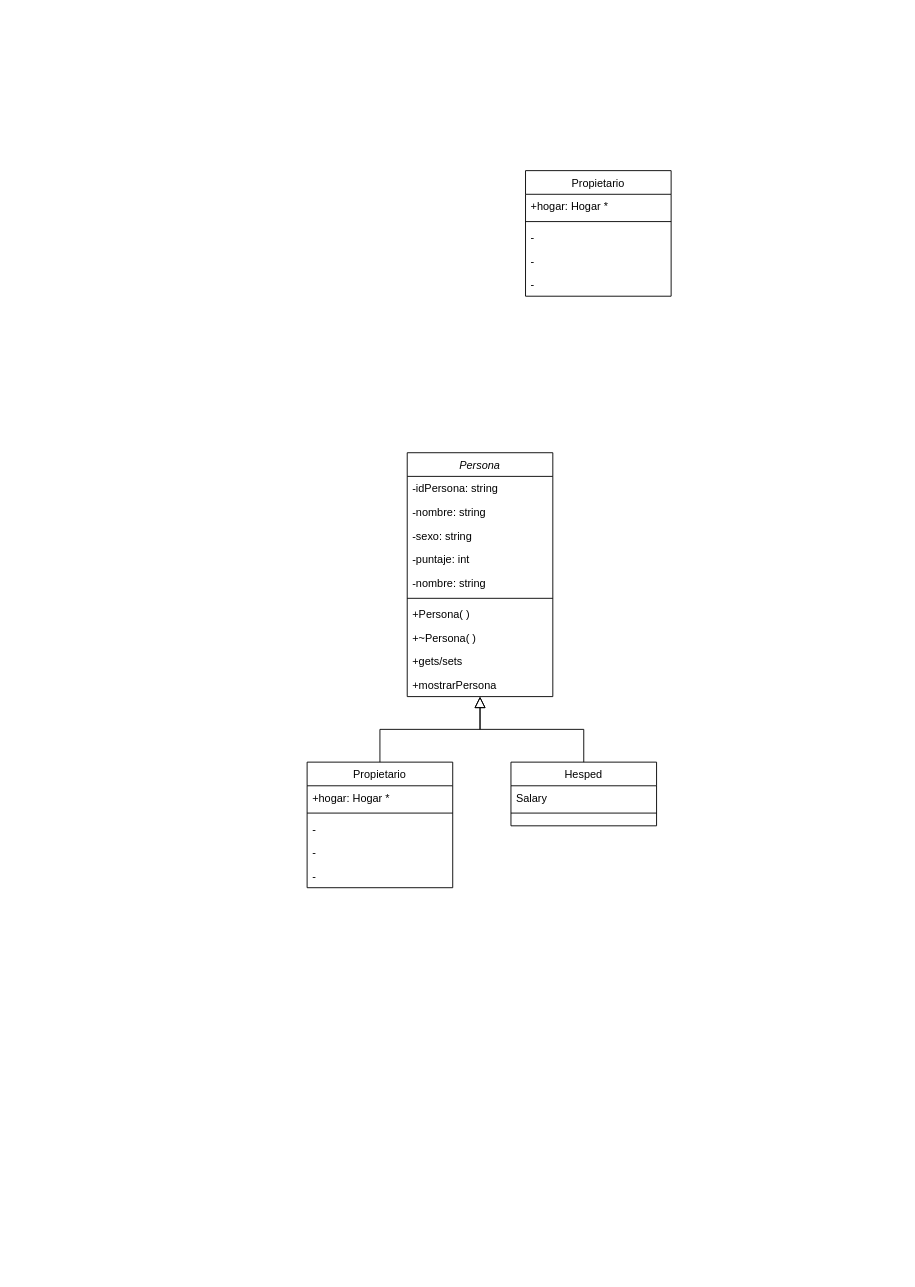
Before: Diagrama sin título.drawio in Sebastian-Dow/Caso-Huespedes, a draw.io diagram. Source tidied: cells renumbered, new cells numbered last; positions are measured from the earlier drawing's top-left corner, leaving out a move shared by most shapes. Both pictures are drawn from the tidied source at 91%, with x=0, y=0 at pixel (307, 170).
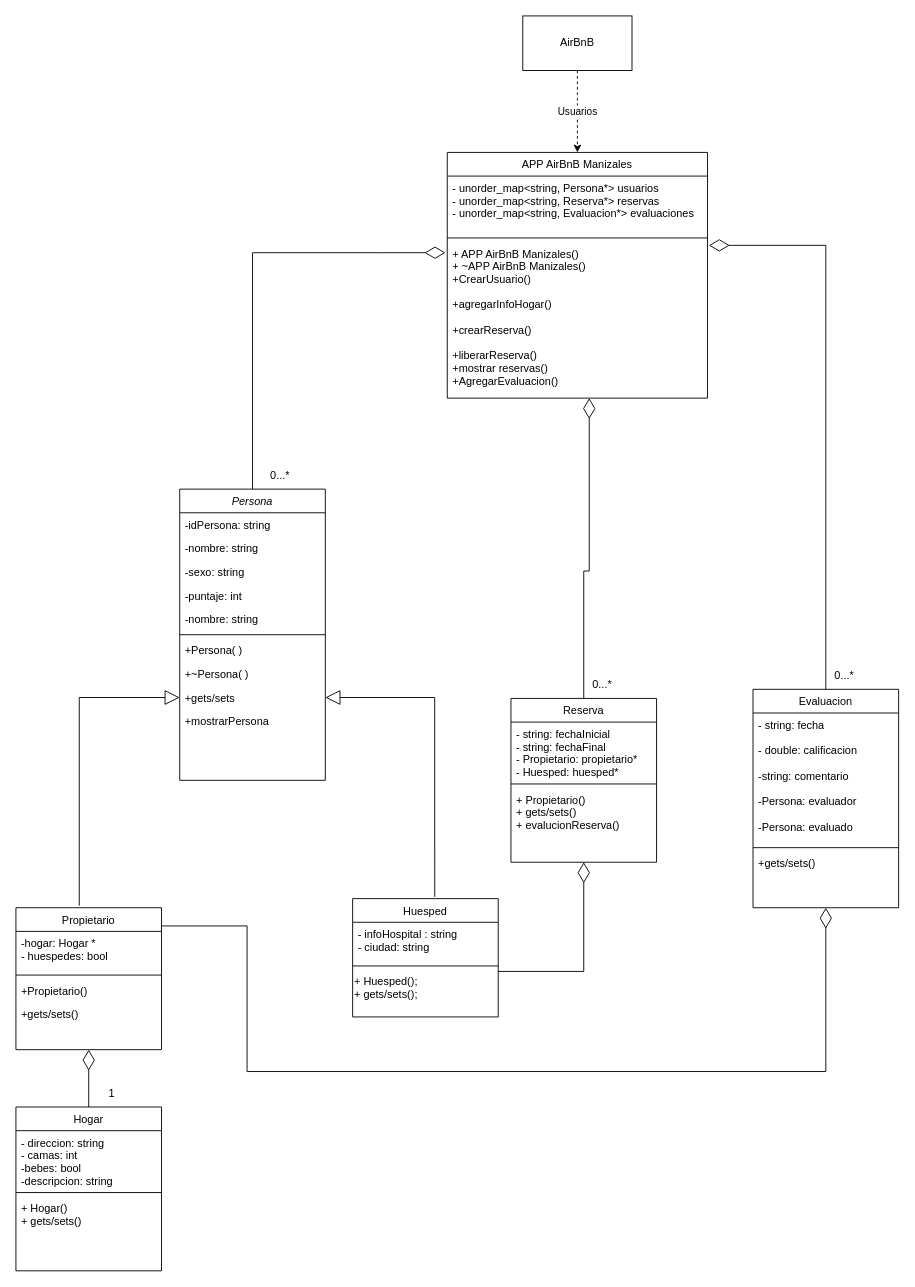
Above is the later version.

Unchanged cells that the change refers to:
```xml
<mxCell id="11" value="+gets/sets" style="text;align=left;verticalAlign=top;spacingLeft=4;spacingRight=4;overflow=hidden;points=[[0,0.5],[1,0.5]];portConstraint=eastwest;" parent="2" vertex="1">
  <mxGeometry y="216" width="160" height="26" as="geometry" />
</mxCell>
```

The edit, as a diff of the source:
```diff
@@
     <mxCell id="2" value="Persona" style="swimlane;fontStyle=2;align=center;verticalAlign=top;horizontal=1;startSize=26;rounded=0;shadow=0;strokeWidth=1;" parent="1" vertex="1">
-      <mxGeometry x="110" y="310" width="160" height="268" as="geometry" />
+      <mxGeometry x="-140" y="350" width="160" height="320" as="geometry" />
     </mxCell>
@@
+    <mxCell id="30" style="edgeStyle=orthogonalEdgeStyle;rounded=0;jettySize=auto;html=1;entryX=0;entryY=0.5;entryDx=0;entryDy=0;endArrow=block;endFill=0;endSize=14;exitX=0.435;exitY=-0.014;exitDx=0;exitDy=0;exitPerimeter=0;" parent="1" edge="1" source="13" target="11">
+      <mxGeometry relative="1" as="geometry" />
+    </mxCell>
     <mxCell id="13" value="Propietario" style="swimlane;fontStyle=0;align=center;verticalAlign=top;horizontal=1;startSize=26;rounded=0;shadow=0;strokeWidth=1;" parent="1" vertex="1">
-      <mxGeometry y="650" width="160" height="138" as="geometry" />
+      <mxGeometry x="-320" y="810" width="160" height="156" as="geometry" />
     </mxCell>
-    <mxCell id="14" value="+hogar: Hogar *" style="text;align=left;verticalAlign=top;spacingLeft=4;spacingRight=4;overflow=hidden;" parent="13" vertex="1">
-      <mxGeometry y="26" width="160" height="26" as="geometry" />
+    <mxCell id="14" value="-hogar: Hogar *&#10;- huespedes: bool" style="text;align=left;verticalAlign=top;spacingLeft=4;spacingRight=4;overflow=hidden;" parent="13" vertex="1">
+      <mxGeometry y="26" width="160" height="44" as="geometry" />
     </mxCell>
     <mxCell id="15" style="line;html=1;strokeWidth=1;align=left;verticalAlign=middle;spacingTop=-1;spacingLeft=3;spacingRight=3;labelPosition=right;" parent="13" vertex="1">
-      <mxGeometry y="52" width="160" height="8" as="geometry" />
+      <mxGeometry y="70" width="160" height="8" as="geometry" />
     </mxCell>
-    <mxCell id="16" value="-" style="text;align=left;verticalAlign=top;spacingLeft=4;spacingRight=4;overflow=hidden;" parent="13" vertex="1">
-      <mxGeometry y="60" width="160" height="26" as="geometry" />
+    <mxCell id="16" value="+Propietario()" style="text;align=left;verticalAlign=top;spacingLeft=4;spacingRight=4;overflow=hidden;" parent="13" vertex="1">
+      <mxGeometry y="78" width="160" height="26" as="geometry" />
     </mxCell>
-    <mxCell id="17" value="-" style="text;align=left;verticalAlign=top;spacingLeft=4;spacingRight=4;overflow=hidden;" parent="13" vertex="1">
-      <mxGeometry y="86" width="160" height="26" as="geometry" />
+    <mxCell id="17" value="+gets/sets()" style="text;align=left;verticalAlign=top;spacingLeft=4;spacingRight=4;overflow=hidden;" parent="13" vertex="1">
+      <mxGeometry y="104" width="160" height="26" as="geometry" />
     </mxCell>
-    <mxCell id="18" value="-" style="text;align=left;verticalAlign=top;spacingLeft=4;spacingRight=4;overflow=hidden;" parent="13" vertex="1">
-      <mxGeometry y="112" width="160" height="26" as="geometry" />
-    </mxCell>
-    <mxCell id="19" style="endArrow=block;endSize=10;endFill=0;shadow=0;strokeWidth=1;rounded=0;edgeStyle=elbowEdgeStyle;elbow=vertical;" parent="1" edge="1" source="13" target="2">
-      <mxGeometry relative="1" as="geometry" />
-    </mxCell>
+    <mxCell id="31" style="edgeStyle=orthogonalEdgeStyle;rounded=0;jettySize=auto;html=1;exitX=0.564;exitY=-0.015;exitDx=0;exitDy=0;entryX=1;entryY=0.5;entryDx=0;entryDy=0;endArrow=block;endFill=0;endSize=14;exitPerimeter=0;" parent="1" edge="1" source="20" target="11">
+      <mxGeometry relative="1" as="geometry" />
+    </mxCell>
-    <mxCell id="20" value="Hesped" style="swimlane;fontStyle=0;align=center;verticalAlign=top;horizontal=1;startSize=26;rounded=0;shadow=0;strokeWidth=1;" parent="1" vertex="1">
-      <mxGeometry x="224" y="650" width="160" height="70" as="geometry" />
+    <mxCell id="20" value="Huesped" style="swimlane;fontStyle=0;align=center;verticalAlign=top;horizontal=1;startSize=26;rounded=0;shadow=0;strokeWidth=1;" parent="1" vertex="1">
+      <mxGeometry x="50" y="800" width="160" height="130" as="geometry" />
     </mxCell>
-    <mxCell id="21" value="Salary" style="text;align=left;verticalAlign=top;spacingLeft=4;spacingRight=4;overflow=hidden;" parent="20" vertex="1">
-      <mxGeometry y="26" width="160" height="26" as="geometry" />
+    <mxCell id="21" value="- infoHospital : string&#10;- ciudad: string" style="text;align=left;verticalAlign=top;spacingLeft=4;spacingRight=4;overflow=hidden;" parent="20" vertex="1">
+      <mxGeometry y="26" width="160" height="44" as="geometry" />
     </mxCell>
     <mxCell id="22" style="line;html=1;strokeWidth=1;align=left;verticalAlign=middle;spacingTop=-1;spacingLeft=3;spacingRight=3;labelPosition=right;" parent="20" vertex="1">
-      <mxGeometry y="52" width="160" height="8" as="geometry" />
+      <mxGeometry y="70" width="160" height="8" as="geometry" />
     </mxCell>
-    <mxCell id="23" style="endArrow=block;endSize=10;endFill=0;shadow=0;strokeWidth=1;rounded=0;edgeStyle=elbowEdgeStyle;elbow=vertical;" parent="1" edge="1" source="20" target="2">
-      <mxGeometry relative="1" as="geometry" />
-    </mxCell>
-    <mxCell id="24" value="Propietario" style="swimlane;fontStyle=0;align=center;verticalAlign=top;horizontal=1;startSize=26;rounded=0;shadow=0;strokeWidth=1;" parent="1" vertex="1">
-      <mxGeometry x="240" width="160" height="138" as="geometry" />
-    </mxCell>
-    <mxCell id="25" value="+hogar: Hogar *" style="text;align=left;verticalAlign=top;spacingLeft=4;spacingRight=4;overflow=hidden;" parent="24" vertex="1">
-      <mxGeometry y="26" width="160" height="26" as="geometry" />
-    </mxCell>
-    <mxCell id="26" style="line;html=1;strokeWidth=1;align=left;verticalAlign=middle;spacingTop=-1;spacingLeft=3;spacingRight=3;labelPosition=right;" parent="24" vertex="1">
-      <mxGeometry y="52" width="160" height="8" as="geometry" />
-    </mxCell>
-    <mxCell id="27" value="-" style="text;align=left;verticalAlign=top;spacingLeft=4;spacingRight=4;overflow=hidden;" parent="24" vertex="1">
-      <mxGeometry y="60" width="160" height="26" as="geometry" />
-    </mxCell>
-    <mxCell id="28" value="-" style="text;align=left;verticalAlign=top;spacingLeft=4;spacingRight=4;overflow=hidden;" parent="24" vertex="1">
-      <mxGeometry y="86" width="160" height="26" as="geometry" />
-    </mxCell>
-    <mxCell id="29" value="-" style="text;align=left;verticalAlign=top;spacingLeft=4;spacingRight=4;overflow=hidden;" parent="24" vertex="1">
-      <mxGeometry y="112" width="160" height="26" as="geometry" />
-    </mxCell>
+    <mxCell id="32" value="+ Huesped();&lt;br&gt;+ gets/sets();" style="text;html=1;align=left;verticalAlign=middle;points=[];strokeColor=none;fillColor=none;" parent="20" vertex="1">
+      <mxGeometry y="78" width="160" height="40" as="geometry" />
+    </mxCell>
+    <mxCell id="33" style="edgeStyle=orthogonalEdgeStyle;rounded=0;jettySize=auto;html=1;exitX=0.5;exitY=0;exitDx=0;exitDy=0;endArrow=diamondThin;endFill=0;endSize=20;" parent="1" edge="1" source="34" target="49">
+      <mxGeometry relative="1" as="geometry">
+        <Array as="points">
+          <mxPoint x="310" y="440" />
+        </Array>
+      </mxGeometry>
+    </mxCell>
+    <mxCell id="34" value="Reserva" style="swimlane;fontStyle=0;align=center;verticalAlign=top;horizontal=1;startSize=26;rounded=0;shadow=0;strokeWidth=1;" parent="1" vertex="1">
+      <mxGeometry x="224" y="580" width="160" height="180" as="geometry" />
+    </mxCell>
+    <mxCell id="35" value="- string: fechaInicial&#10;- string: fechaFinal&#10;- Propietario: propietario*&#10;- Huesped: huesped*" style="text;align=left;verticalAlign=top;spacingLeft=4;spacingRight=4;overflow=hidden;" parent="34" vertex="1">
+      <mxGeometry y="26" width="160" height="64" as="geometry" />
+    </mxCell>
+    <mxCell id="36" style="line;html=1;strokeWidth=1;align=left;verticalAlign=middle;spacingTop=-1;spacingLeft=3;spacingRight=3;labelPosition=right;" parent="34" vertex="1">
+      <mxGeometry y="90" width="160" height="8" as="geometry" />
+    </mxCell>
+    <mxCell id="37" value="+ Propietario()&#10;+ gets/sets()&#10;+ evalucionReserva()" style="text;align=left;verticalAlign=top;spacingLeft=4;spacingRight=4;overflow=hidden;" parent="34" vertex="1">
+      <mxGeometry y="98" width="160" height="72" as="geometry" />
+    </mxCell>
+    <mxCell id="38" value="Evaluacion" style="swimlane;fontStyle=0;align=center;verticalAlign=top;horizontal=1;startSize=26;rounded=0;shadow=0;strokeWidth=1;" parent="1" vertex="1">
+      <mxGeometry x="490" y="570" width="160" height="240" as="geometry" />
+    </mxCell>
+    <mxCell id="39" value="- string: fecha&#10;&#10;- double: calificacion&#10;&#10;-string: comentario&#10;&#10;-Persona: evaluador&#10;&#10;-Persona: evaluado" style="text;align=left;verticalAlign=top;spacingLeft=4;spacingRight=4;overflow=hidden;" parent="38" vertex="1">
+      <mxGeometry y="26" width="160" height="144" as="geometry" />
+    </mxCell>
+    <mxCell id="40" style="line;html=1;strokeWidth=1;align=left;verticalAlign=middle;spacingTop=-1;spacingLeft=3;spacingRight=3;labelPosition=right;" parent="38" vertex="1">
+      <mxGeometry y="170" width="160" height="8" as="geometry" />
+    </mxCell>
+    <mxCell id="41" value="+gets/sets()&#10;" style="text;align=left;verticalAlign=top;spacingLeft=4;spacingRight=4;overflow=hidden;" parent="38" vertex="1">
+      <mxGeometry y="178" width="160" height="30" as="geometry" />
+    </mxCell>
+    <mxCell id="42" value="Hogar" style="swimlane;fontStyle=0;align=center;verticalAlign=top;horizontal=1;startSize=26;rounded=0;shadow=0;strokeWidth=1;" parent="1" vertex="1">
+      <mxGeometry x="-320" y="1029" width="160" height="180" as="geometry" />
+    </mxCell>
+    <mxCell id="43" value="- direccion: string&#10;- camas: int&#10;-bebes: bool&#10;-descripcion: string" style="text;align=left;verticalAlign=top;spacingLeft=4;spacingRight=4;overflow=hidden;" parent="42" vertex="1">
+      <mxGeometry y="26" width="160" height="64" as="geometry" />
+    </mxCell>
+    <mxCell id="44" style="line;html=1;strokeWidth=1;align=left;verticalAlign=middle;spacingTop=-1;spacingLeft=3;spacingRight=3;labelPosition=right;" parent="42" vertex="1">
+      <mxGeometry y="90" width="160" height="8" as="geometry" />
+    </mxCell>
+    <mxCell id="45" value="+ Hogar()&#10;+ gets/sets()" style="text;align=left;verticalAlign=top;spacingLeft=4;spacingRight=4;overflow=hidden;" parent="42" vertex="1">
+      <mxGeometry y="98" width="160" height="72" as="geometry" />
+    </mxCell>
+    <mxCell id="46" value="APP AirBnB Manizales" style="swimlane;fontStyle=0;align=center;verticalAlign=top;horizontal=1;startSize=26;rounded=0;shadow=0;strokeWidth=1;" parent="1" vertex="1">
+      <mxGeometry x="154" y="-20" width="286" height="270" as="geometry" />
+    </mxCell>
+    <mxCell id="47" value="- unorder_map&lt;string, Persona*&gt; usuarios&#10;- unorder_map&lt;string, Reserva*&gt; reservas&#10;- unorder_map&lt;string, Evaluacion*&gt; evaluaciones" style="text;align=left;verticalAlign=top;spacingLeft=4;spacingRight=4;overflow=hidden;" parent="46" vertex="1">
+      <mxGeometry y="26" width="286" height="64" as="geometry" />
+    </mxCell>
+    <mxCell id="48" style="line;html=1;strokeWidth=1;align=left;verticalAlign=middle;spacingTop=-1;spacingLeft=3;spacingRight=3;labelPosition=right;" parent="46" vertex="1">
+      <mxGeometry y="90" width="286" height="8" as="geometry" />
+    </mxCell>
+    <mxCell id="49" value="+ APP AirBnB Manizales()&#10;+ ~APP AirBnB Manizales()&#10;+CrearUsuario()&#10;&#10;+agregarInfoHogar()&#10;&#10;+crearReserva()&#10;&#10;+liberarReserva()&#10;+mostrar reservas()&#10;+AgregarEvaluacion()" style="text;align=left;verticalAlign=top;spacingLeft=4;spacingRight=4;overflow=hidden;points=[[0,0.5],[1,0.5]];portConstraint=eastwest;" parent="46" vertex="1">
+      <mxGeometry y="98" width="286" height="172" as="geometry" />
+    </mxCell>
+    <mxCell id="50" style="edgeStyle=orthogonalEdgeStyle;rounded=0;jettySize=auto;html=1;exitX=0.5;exitY=0;exitDx=0;exitDy=0;endArrow=diamondThin;endFill=0;endSize=20;entryX=-0.007;entryY=0.071;entryDx=0;entryDy=0;entryPerimeter=0;" parent="1" edge="1" source="2" target="49">
+      <mxGeometry relative="1" as="geometry" />
+    </mxCell>
+    <mxCell id="51" value="0...*" style="text;html=1;align=center;verticalAlign=middle;strokeColor=none;fillColor=none;" parent="1" vertex="1">
+      <mxGeometry x="-50" y="320" width="40" height="30" as="geometry" />
+    </mxCell>
+    <mxCell id="52" value="0...*" style="text;html=1;align=center;verticalAlign=middle;strokeColor=none;fillColor=none;" parent="1" vertex="1">
+      <mxGeometry x="304" y="550" width="40" height="30" as="geometry" />
+    </mxCell>
+    <mxCell id="53" value="0...*" style="text;html=1;align=center;verticalAlign=middle;strokeColor=none;fillColor=none;" parent="1" vertex="1">
+      <mxGeometry x="570" y="540" width="40" height="30" as="geometry" />
+    </mxCell>
+    <mxCell id="54" style="edgeStyle=orthogonalEdgeStyle;rounded=0;jettySize=auto;html=1;exitX=0.5;exitY=0;exitDx=0;exitDy=0;endArrow=diamondThin;endFill=0;endSize=20;entryX=0.5;entryY=1;entryDx=0;entryDy=0;" parent="1" edge="1" source="42" target="13">
+      <mxGeometry relative="1" as="geometry" />
+    </mxCell>
+    <mxCell id="55" value="1" style="text;html=1;align=center;verticalAlign=middle;strokeColor=none;fillColor=none;" parent="1" vertex="1">
+      <mxGeometry x="-230" y="999" width="30" height="30" as="geometry" />
+    </mxCell>
+    <mxCell id="56" style="edgeStyle=orthogonalEdgeStyle;rounded=0;jettySize=auto;html=1;exitX=0.5;exitY=0;exitDx=0;exitDy=0;endArrow=diamondThin;endFill=0;endSize=20;entryX=1.005;entryY=0.024;entryDx=0;entryDy=0;entryPerimeter=0;" parent="1" edge="1" source="38" target="49">
+      <mxGeometry relative="1" as="geometry" />
+    </mxCell>
+    <mxCell id="57" value="Usuarios" style="edgeStyle=orthogonalEdgeStyle;rounded=0;jettySize=auto;html=1;exitX=0.5;exitY=1;exitDx=0;exitDy=0;entryX=0.5;entryY=0;entryDx=0;entryDy=0;dashed=1;" parent="1" edge="1" source="58" target="46">
+      <mxGeometry relative="1" as="geometry" />
+    </mxCell>
+    <mxCell id="58" value="AirBnB" style="rounded=0;whiteSpace=wrap;html=1;" parent="1" vertex="1">
+      <mxGeometry x="237" y="-170" width="120" height="60" as="geometry" />
+    </mxCell>
+    <mxCell id="59" style="edgeStyle=orthogonalEdgeStyle;rounded=0;jettySize=auto;html=1;exitX=1;exitY=0.05;exitDx=0;exitDy=0;endArrow=diamondThin;endFill=0;endSize=20;exitPerimeter=0;entryX=0.5;entryY=1;entryDx=0;entryDy=0;" parent="1" edge="1" source="32" target="34">
+      <mxGeometry relative="1" as="geometry">
+        <Array as="points">
+          <mxPoint x="304" y="880" />
+        </Array>
+      </mxGeometry>
+    </mxCell>
+    <mxCell id="60" style="edgeStyle=orthogonalEdgeStyle;rounded=0;jettySize=auto;html=1;exitX=1;exitY=0.05;exitDx=0;exitDy=0;endArrow=diamondThin;endFill=0;endSize=20;exitPerimeter=0;entryX=0.5;entryY=1;entryDx=0;entryDy=0;" parent="1" edge="1" target="38">
+      <mxGeometry relative="1" as="geometry">
+        <mxPoint x="-160" y="830" as="sourcePoint" />
+        <Array as="points">
+          <mxPoint x="-66" y="830" />
+          <mxPoint x="-66" y="990" />
+          <mxPoint x="570" y="990" />
+        </Array>
+      </mxGeometry>
+    </mxCell>
```
